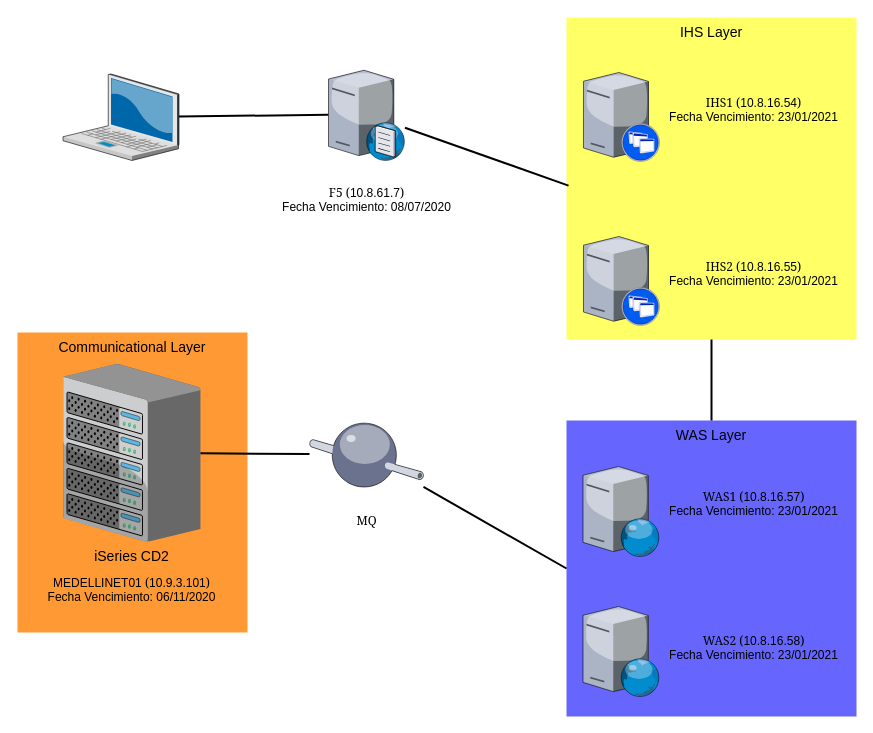
Above: page "Page-1" (1 of 3) of Untitled Diagram.drawio in jamapilo/platzi (draw.io), before the change. Source tidied: cells renumbered, new cells numbered last; positions are measured from the earlier drawing's top-left corner, leaving out a move shared by most shapes. Both pictures are drawn from the tidied source at 100%, with x=0, y=0 at pixel (17, 17).
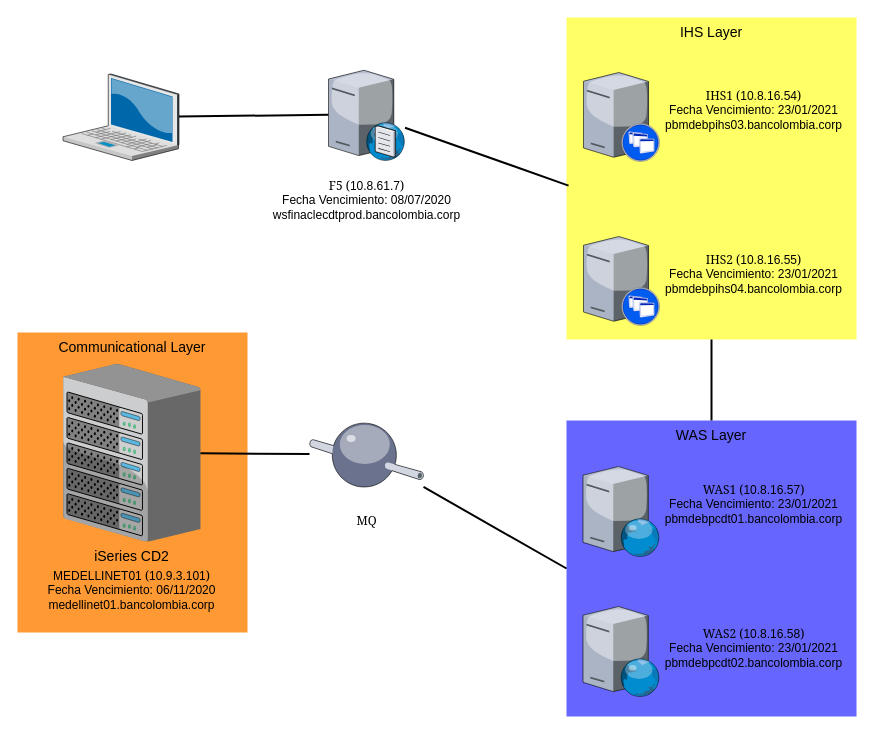
Above is the later version.

Change to the diagram source:
```diff
@@
-    <mxCell id="10" value="&lt;font face=&quot;Georgia&quot;&gt;F5 (&lt;/font&gt;&lt;span&gt;10.8.61.7&lt;/span&gt;&lt;font face=&quot;Georgia&quot;&gt;)&lt;br&gt;&lt;/font&gt;&lt;span&gt;Fecha Vencimiento: 08/07/2020&lt;/span&gt;&lt;br&gt;&lt;br&gt;" style="text;html=1;strokeColor=none;fillColor=none;align=center;verticalAlign=middle;whiteSpace=wrap;rounded=0;" parent="1" vertex="1">
+    <mxCell id="10" value="&lt;font face=&quot;Georgia&quot;&gt;F5 (&lt;/font&gt;&lt;span&gt;10.8.61.7&lt;/span&gt;&lt;font face=&quot;Georgia&quot;&gt;)&lt;br&gt;&lt;/font&gt;&lt;span&gt;Fecha Vencimiento: 08/07/2020&lt;br&gt;&lt;/span&gt;wsfinaclecdtprod.bancolombia.corp&lt;br&gt;&lt;br&gt;" style="text;html=1;strokeColor=none;fillColor=none;align=center;verticalAlign=middle;whiteSpace=wrap;rounded=0;" parent="1" vertex="1">
       <mxGeometry x="256.5" y="161" width="185" height="58" as="geometry" />
     </mxCell>
@@
-    <mxCell id="12" value="&lt;font face=&quot;Georgia&quot;&gt;IHS2 (&lt;/font&gt;&lt;span&gt;10.8.16.55&lt;/span&gt;&lt;font face=&quot;Georgia&quot;&gt;)&lt;br&gt;&lt;/font&gt;&lt;span&gt;Fecha Vencimiento:&amp;nbsp;&lt;/span&gt;&lt;span title=&quot;23/01/2021&quot;&gt;23/01/2021&lt;/span&gt;&lt;br&gt;&lt;br&gt;" style="text;html=1;strokeColor=none;fillColor=none;align=center;verticalAlign=middle;whiteSpace=wrap;rounded=0;" parent="1" vertex="1">
+    <mxCell id="12" value="&lt;font face=&quot;Georgia&quot;&gt;IHS2 (&lt;/font&gt;&lt;span&gt;10.8.16.55&lt;/span&gt;&lt;font face=&quot;Georgia&quot;&gt;)&lt;br&gt;&lt;/font&gt;&lt;span&gt;Fecha Vencimiento:&amp;nbsp;&lt;/span&gt;&lt;span title=&quot;23/01/2021&quot;&gt;23/01/2021&lt;br&gt;&lt;/span&gt;pbmdebpihs04.bancolombia.corp&lt;br&gt;&lt;br&gt;" style="text;html=1;strokeColor=none;fillColor=none;align=center;verticalAlign=middle;whiteSpace=wrap;rounded=0;" parent="1" vertex="1">
       <mxGeometry x="644" y="234.5" width="185" height="58" as="geometry" />
     </mxCell>
-    <mxCell id="13" value="&lt;font face=&quot;Georgia&quot;&gt;IHS1 (&lt;/font&gt;10.8.16.54&lt;font face=&quot;Georgia&quot;&gt;)&lt;br&gt;&lt;/font&gt;&lt;span&gt;Fecha Vencimiento:&amp;nbsp;&lt;/span&gt;&lt;span title=&quot;23/01/2021&quot;&gt;23/01/2021&lt;/span&gt;&lt;br&gt;&lt;br&gt;" style="text;html=1;strokeColor=none;fillColor=none;align=center;verticalAlign=middle;whiteSpace=wrap;rounded=0;" parent="1" vertex="1">
+    <mxCell id="13" value="&lt;font face=&quot;Georgia&quot;&gt;IHS1 (&lt;/font&gt;10.8.16.54&lt;font face=&quot;Georgia&quot;&gt;)&lt;br&gt;&lt;/font&gt;&lt;span&gt;Fecha Vencimiento:&amp;nbsp;&lt;/span&gt;&lt;span title=&quot;23/01/2021&quot;&gt;23/01/2021&lt;br&gt;&lt;/span&gt;pbmdebpihs03.bancolombia.corp&lt;br&gt;&lt;br&gt;" style="text;html=1;strokeColor=none;fillColor=none;align=center;verticalAlign=middle;whiteSpace=wrap;rounded=0;" parent="1" vertex="1">
       <mxGeometry x="644" y="70.5" width="185" height="58" as="geometry" />
     </mxCell>
@@
-    <mxCell id="17" value="&lt;font face=&quot;Georgia&quot;&gt;WAS1 (&lt;/font&gt;10.8.16.57&lt;font face=&quot;Georgia&quot;&gt;)&lt;br&gt;&lt;/font&gt;&lt;span&gt;Fecha Vencimiento:&amp;nbsp;&lt;/span&gt;&lt;span title=&quot;23/01/2021&quot;&gt;23/01/2021&lt;/span&gt;&lt;br&gt;&lt;br&gt;" style="text;html=1;strokeColor=none;fillColor=none;align=center;verticalAlign=middle;whiteSpace=wrap;rounded=0;" parent="1" vertex="1">
+    <mxCell id="17" value="&lt;font face=&quot;Georgia&quot;&gt;WAS1 (&lt;/font&gt;10.8.16.57&lt;font face=&quot;Georgia&quot;&gt;)&lt;br&gt;&lt;/font&gt;&lt;span&gt;Fecha Vencimiento:&amp;nbsp;&lt;/span&gt;&lt;span title=&quot;23/01/2021&quot;&gt;23/01/2021&lt;br&gt;&lt;/span&gt;pbmdebpcdt01.bancolombia.corp&lt;br&gt;&lt;br&gt;" style="text;html=1;strokeColor=none;fillColor=none;align=center;verticalAlign=middle;whiteSpace=wrap;rounded=0;" parent="1" vertex="1">
       <mxGeometry x="644" y="465" width="185" height="58" as="geometry" />
     </mxCell>
-    <mxCell id="18" value="&lt;font face=&quot;Georgia&quot;&gt;WAS2 (&lt;/font&gt;10.8.16.58&lt;font face=&quot;Georgia&quot;&gt;)&lt;br&gt;&lt;/font&gt;&lt;span&gt;Fecha Vencimiento:&amp;nbsp;&lt;/span&gt;&lt;span title=&quot;23/01/2021&quot;&gt;23/01/2021&lt;/span&gt;&lt;br&gt;&lt;br&gt;" style="text;html=1;strokeColor=none;fillColor=none;align=center;verticalAlign=middle;whiteSpace=wrap;rounded=0;" parent="1" vertex="1">
+    <mxCell id="18" value="&lt;font face=&quot;Georgia&quot;&gt;WAS2 (&lt;/font&gt;10.8.16.58&lt;font face=&quot;Georgia&quot;&gt;)&lt;br&gt;&lt;/font&gt;&lt;span&gt;Fecha Vencimiento:&amp;nbsp;&lt;/span&gt;&lt;span title=&quot;23/01/2021&quot;&gt;23/01/2021&lt;br&gt;&lt;/span&gt;pbmdebpcdt02.bancolombia.corp&lt;br&gt;&lt;br&gt;" style="text;html=1;strokeColor=none;fillColor=none;align=center;verticalAlign=middle;whiteSpace=wrap;rounded=0;" parent="1" vertex="1">
       <mxGeometry x="644" y="609" width="185" height="58" as="geometry" />
     </mxCell>
@@
-    <mxCell id="24" value="MEDELLINET01&lt;font face=&quot;Georgia&quot;&gt;&amp;nbsp;(&lt;/font&gt;10.9.3.101&lt;font face=&quot;Georgia&quot;&gt;)&lt;br&gt;&lt;/font&gt;&lt;span&gt;Fecha Vencimiento:&amp;nbsp;&lt;/span&gt;&lt;span title=&quot;06/11/2020&quot;&gt;06/11/2020&lt;/span&gt;&lt;br&gt;&lt;br&gt;" style="text;html=1;strokeColor=none;fillColor=none;align=center;verticalAlign=middle;whiteSpace=wrap;rounded=0;" parent="1" vertex="1">
+    <mxCell id="24" value="MEDELLINET01&lt;font face=&quot;Georgia&quot;&gt;&amp;nbsp;(&lt;/font&gt;10.9.3.101&lt;font face=&quot;Georgia&quot;&gt;)&lt;br&gt;&lt;/font&gt;&lt;span&gt;Fecha Vencimiento:&amp;nbsp;&lt;/span&gt;&lt;span title=&quot;06/11/2020&quot;&gt;06/11/2020&lt;br&gt;&lt;/span&gt;medellinet01.bancolombia.corp&lt;br&gt;&lt;br&gt;" style="text;html=1;strokeColor=none;fillColor=none;align=center;verticalAlign=middle;whiteSpace=wrap;rounded=0;" parent="1" vertex="1">
       <mxGeometry x="22" y="551" width="185" height="58" as="geometry" />
     </mxCell>
```
